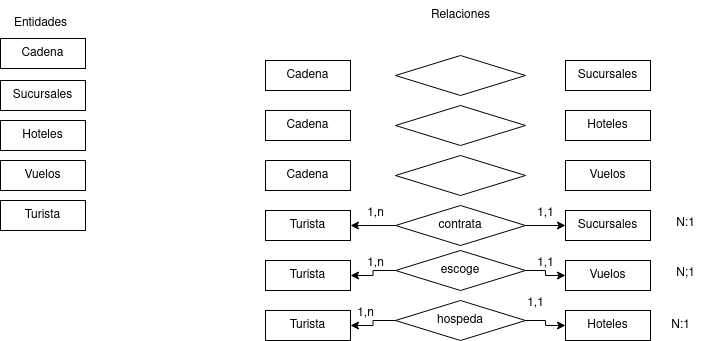
Above: Ejercicios/tarea2/Tarea2_E3.drawio.png in adogonz23/BAE (draw.io), before the change. Source tidied: cells renumbered, new cells last; positions are measured from the earlier drawing's top-left corner, leaving out a move shared by most shapes.
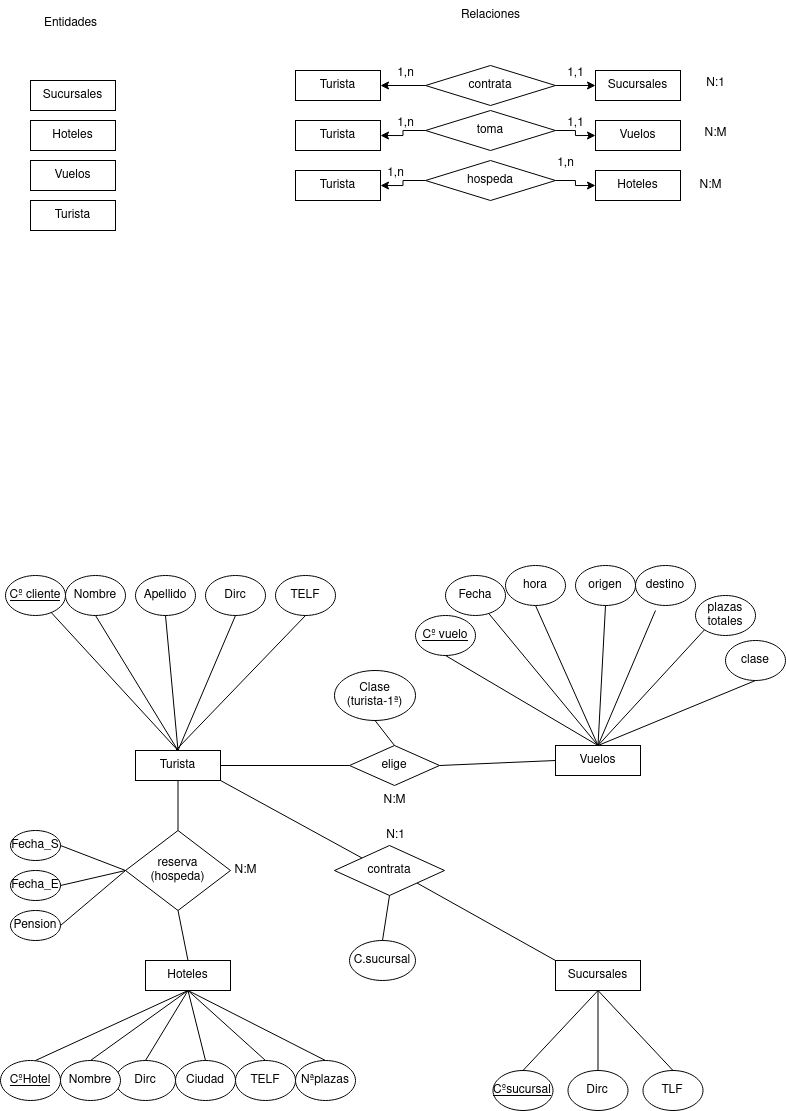
After the change.

Diff of the diagram source:
```diff
@@ -1,37 +1,22 @@
-<mxGraphModel>
+<mxGraphModel background="#ffffff">
   <root>
     <mxCell id="0" />
     <mxCell id="1" parent="0" />
     <mxCell id="2" value="&lt;div&gt;Entidades&lt;/div&gt;" style="text;html=1;align=center;verticalAlign=middle;strokeColor=none;fillColor=none;" parent="1" vertex="1">
-      <mxGeometry y="8" width="80" height="30" as="geometry" />
+      <mxGeometry y="148" width="80" height="30" as="geometry" />
     </mxCell>
     <mxCell id="3" value="Sucursales" style="rounded=0;whiteSpace=wrap;html=1;" parent="1" vertex="1">
-      <mxGeometry y="80" width="85" height="30" as="geometry" />
+      <mxGeometry y="220" width="85" height="30" as="geometry" />
     </mxCell>
-    <mxCell id="4" value="Hoteles" style="rounded=0;whiteSpace=wrap;html=1;" parent="1" vertex="1">
-      <mxGeometry x="565" y="110" width="85" height="30" as="geometry" />
-    </mxCell>
     <mxCell id="5" value="Vuelos" style="rounded=0;whiteSpace=wrap;html=1;" parent="1" vertex="1">
-      <mxGeometry y="160" width="85" height="30" as="geometry" />
+      <mxGeometry y="300" width="85" height="30" as="geometry" />
     </mxCell>
     <mxCell id="6" value="Turista" style="rounded=0;whiteSpace=wrap;html=1;" parent="1" vertex="1">
-      <mxGeometry y="200" width="85" height="30" as="geometry" />
+      <mxGeometry y="340" width="85" height="30" as="geometry" />
     </mxCell>
     <mxCell id="7" value="Relaciones" style="text;html=1;align=center;verticalAlign=middle;strokeColor=none;fillColor=none;" parent="1" vertex="1">
-      <mxGeometry x="420" width="80" height="30" as="geometry" />
+      <mxGeometry x="420" y="140" width="80" height="30" as="geometry" />
     </mxCell>
-    <mxCell id="8" value="Cadena" style="rounded=0;whiteSpace=wrap;html=1;" parent="1" vertex="1">
-      <mxGeometry y="38" width="85" height="30" as="geometry" />
-    </mxCell>
-    <mxCell id="9" value="Cadena" style="rounded=0;whiteSpace=wrap;html=1;" parent="1" vertex="1">
-      <mxGeometry x="265" y="60" width="85" height="30" as="geometry" />
-    </mxCell>
-    <mxCell id="10" value="Cadena" style="rounded=0;whiteSpace=wrap;html=1;" parent="1" vertex="1">
-      <mxGeometry x="265" y="110" width="85" height="30" as="geometry" />
-    </mxCell>
-    <mxCell id="11" value="Cadena" style="rounded=0;whiteSpace=wrap;html=1;" parent="1" vertex="1">
-      <mxGeometry x="265" y="160" width="85" height="30" as="geometry" />
-    </mxCell>
     <mxCell id="12" value="Turista" style="rounded=0;whiteSpace=wrap;html=1;" parent="1" vertex="1">
       <mxGeometry x="265" y="210" width="85" height="30" as="geometry" />
     </mxCell>
@@ -41,15 +26,9 @@
     <mxCell id="14" value="Turista" style="rounded=0;whiteSpace=wrap;html=1;" parent="1" vertex="1">
       <mxGeometry x="265" y="310" width="85" height="30" as="geometry" />
     </mxCell>
-    <mxCell id="15" value="Sucursales" style="rounded=0;whiteSpace=wrap;html=1;" parent="1" vertex="1">
-      <mxGeometry x="565" y="60" width="85" height="30" as="geometry" />
-    </mxCell>
     <mxCell id="16" value="Hoteles" style="rounded=0;whiteSpace=wrap;html=1;" parent="1" vertex="1">
-      <mxGeometry y="120" width="85" height="30" as="geometry" />
+      <mxGeometry y="260" width="85" height="30" as="geometry" />
     </mxCell>
-    <mxCell id="17" value="Vuelos" style="rounded=0;whiteSpace=wrap;html=1;" parent="1" vertex="1">
-      <mxGeometry x="565" y="160" width="85" height="30" as="geometry" />
-    </mxCell>
     <mxCell id="18" value="Sucursales" style="rounded=0;whiteSpace=wrap;html=1;" parent="1" vertex="1">
       <mxGeometry x="565" y="210" width="85" height="30" as="geometry" />
     </mxCell>
@@ -59,15 +38,6 @@
     <mxCell id="20" value="Hoteles" style="rounded=0;whiteSpace=wrap;html=1;" parent="1" vertex="1">
       <mxGeometry x="565" y="310" width="85" height="30" as="geometry" />
     </mxCell>
-    <mxCell id="21" style="rhombus;whiteSpace=wrap;html=1;" parent="1" vertex="1">
-      <mxGeometry x="395" y="55" width="130" height="40" as="geometry" />
-    </mxCell>
-    <mxCell id="22" style="rhombus;whiteSpace=wrap;html=1;" parent="1" vertex="1">
-      <mxGeometry x="395" y="105" width="130" height="40" as="geometry" />
-    </mxCell>
-    <mxCell id="23" style="rhombus;whiteSpace=wrap;html=1;" parent="1" vertex="1">
-      <mxGeometry x="395" y="155" width="130" height="40" as="geometry" />
-    </mxCell>
     <mxCell id="24" style="edgeStyle=orthogonalEdgeStyle;rounded=0;jettySize=auto;html=1;entryX=1;entryY=0.5;entryDx=0;entryDy=0;" parent="1" edge="1" source="26" target="12">
       <mxGeometry relative="1" as="geometry" />
     </mxCell>
@@ -83,7 +53,7 @@
     <mxCell id="28" style="edgeStyle=orthogonalEdgeStyle;rounded=0;jettySize=auto;html=1;entryX=0;entryY=0.5;entryDx=0;entryDy=0;" parent="1" edge="1" source="29" target="19">
       <mxGeometry relative="1" as="geometry" />
     </mxCell>
-    <mxCell id="29" value="escoge" style="rhombus;whiteSpace=wrap;html=1;" parent="1" vertex="1">
+    <mxCell id="29" value="toma" style="rhombus;whiteSpace=wrap;html=1;" parent="1" vertex="1">
       <mxGeometry x="395" y="250" width="130" height="40" as="geometry" />
     </mxCell>
     <mxCell id="30" style="edgeStyle=orthogonalEdgeStyle;rounded=0;jettySize=auto;html=1;entryX=0;entryY=0.5;entryDx=0;entryDy=0;" parent="1" edge="1" source="32" target="20">
@@ -110,17 +80,221 @@
     <mxCell id="37" value="1,n" style="text;html=1;align=center;verticalAlign=middle;strokeColor=none;fillColor=none;" parent="1" vertex="1">
       <mxGeometry x="345" y="298" width="40" height="30" as="geometry" />
     </mxCell>
-    <mxCell id="38" value="1,1" style="text;html=1;align=center;verticalAlign=middle;strokeColor=none;fillColor=none;" parent="1" vertex="1">
+    <mxCell id="38" value="1,n" style="text;html=1;align=center;verticalAlign=middle;strokeColor=none;fillColor=none;" parent="1" vertex="1">
       <mxGeometry x="515" y="288" width="40" height="30" as="geometry" />
     </mxCell>
     <mxCell id="39" value="N:1" style="text;html=1;align=center;verticalAlign=middle;strokeColor=none;fillColor=none;" parent="1" vertex="1">
       <mxGeometry x="665" y="208" width="40" height="30" as="geometry" />
     </mxCell>
-    <mxCell id="40" value="N;1" style="text;html=1;align=center;verticalAlign=middle;strokeColor=none;fillColor=none;" parent="1" vertex="1">
-      <mxGeometry x="665" y="258" width="40" height="30" as="geometry" />
+    <mxCell id="40" value="N:M" style="text;html=1;align=center;verticalAlign=middle;strokeColor=none;fillColor=none;" parent="1" vertex="1">
+      <mxGeometry x="660" y="258" width="50" height="30" as="geometry" />
     </mxCell>
-    <mxCell id="41" value="N:1" style="text;html=1;align=center;verticalAlign=middle;strokeColor=none;fillColor=none;" parent="1" vertex="1">
-      <mxGeometry x="660" y="310" width="40" height="30" as="geometry" />
+    <mxCell id="41" value="N:M" style="text;html=1;align=center;verticalAlign=middle;strokeColor=none;fillColor=none;" parent="1" vertex="1">
+      <mxGeometry x="655" y="310" width="50" height="30" as="geometry" />
     </mxCell>
+    <mxCell id="42" value="Turista" style="rounded=0;whiteSpace=wrap;html=1;" parent="1" vertex="1">
+      <mxGeometry x="105" y="890" width="85" height="30" as="geometry" />
+    </mxCell>
+    <mxCell id="17" value="Vuelos" style="rounded=0;whiteSpace=wrap;html=1;" parent="1" vertex="1">
+      <mxGeometry x="525" y="885" width="85" height="30" as="geometry" />
+    </mxCell>
+    <mxCell id="15" value="Sucursales" style="rounded=0;whiteSpace=wrap;html=1;" parent="1" vertex="1">
+      <mxGeometry x="525" y="1100" width="85" height="30" as="geometry" />
+    </mxCell>
+    <mxCell id="4" value="Hoteles" style="rounded=0;whiteSpace=wrap;html=1;" parent="1" vertex="1">
+      <mxGeometry x="115" y="1100" width="85" height="30" as="geometry" />
+    </mxCell>
+    <mxCell id="43" value="TELF" style="ellipse;whiteSpace=wrap;html=1;" parent="1" vertex="1">
+      <mxGeometry x="245" y="715" width="60" height="40" as="geometry" />
+    </mxCell>
+    <mxCell id="44" value="&lt;u&gt;Cº cliente&lt;/u&gt;" style="ellipse;whiteSpace=wrap;html=1;" parent="1" vertex="1">
+      <mxGeometry x="-25" y="715" width="60" height="40" as="geometry" />
+    </mxCell>
+    <mxCell id="45" value="Nombre" style="ellipse;whiteSpace=wrap;html=1;" parent="1" vertex="1">
+      <mxGeometry x="35" y="715" width="60" height="40" as="geometry" />
+    </mxCell>
+    <mxCell id="46" value="Apellido" style="ellipse;whiteSpace=wrap;html=1;" parent="1" vertex="1">
+      <mxGeometry x="105" y="715" width="60" height="40" as="geometry" />
+    </mxCell>
+    <mxCell id="47" value="Dirc" style="ellipse;whiteSpace=wrap;html=1;" parent="1" vertex="1">
+      <mxGeometry x="175" y="715" width="60" height="40" as="geometry" />
+    </mxCell>
+    <mxCell id="48" value="clase" style="ellipse;whiteSpace=wrap;html=1;" parent="1" vertex="1">
+      <mxGeometry x="695" y="780" width="60" height="40" as="geometry" />
+    </mxCell>
+    <mxCell id="49" value="&lt;u&gt;Cº vuelo&lt;/u&gt;" style="ellipse;whiteSpace=wrap;html=1;" parent="1" vertex="1">
+      <mxGeometry x="385" y="755" width="60" height="40" as="geometry" />
+    </mxCell>
+    <mxCell id="50" value="Fecha" style="ellipse;whiteSpace=wrap;html=1;" parent="1" vertex="1">
+      <mxGeometry x="415" y="715" width="60" height="40" as="geometry" />
+    </mxCell>
+    <mxCell id="51" value="hora" style="ellipse;whiteSpace=wrap;html=1;" parent="1" vertex="1">
+      <mxGeometry x="475" y="705" width="60" height="40" as="geometry" />
+    </mxCell>
+    <mxCell id="52" value="origen" style="ellipse;whiteSpace=wrap;html=1;" parent="1" vertex="1">
+      <mxGeometry x="545" y="705" width="60" height="40" as="geometry" />
+    </mxCell>
+    <mxCell id="53" value="plazas totales" style="ellipse;whiteSpace=wrap;html=1;" parent="1" vertex="1">
+      <mxGeometry x="665" y="735" width="60" height="40" as="geometry" />
+    </mxCell>
+    <mxCell id="54" value="destino" style="ellipse;whiteSpace=wrap;html=1;" parent="1" vertex="1">
+      <mxGeometry x="605" y="705" width="60" height="40" as="geometry" />
+    </mxCell>
+    <mxCell id="55" value="Nªplazas" style="ellipse;whiteSpace=wrap;html=1;" parent="1" vertex="1">
+      <mxGeometry x="265" y="1200" width="60" height="40" as="geometry" />
+    </mxCell>
+    <mxCell id="56" value="TELF" style="ellipse;whiteSpace=wrap;html=1;" parent="1" vertex="1">
+      <mxGeometry x="205" y="1200" width="60" height="40" as="geometry" />
+    </mxCell>
+    <mxCell id="57" value="Ciudad" style="ellipse;whiteSpace=wrap;html=1;" parent="1" vertex="1">
+      <mxGeometry x="145" y="1200" width="60" height="40" as="geometry" />
+    </mxCell>
+    <mxCell id="58" value="Dirc" style="ellipse;whiteSpace=wrap;html=1;" parent="1" vertex="1">
+      <mxGeometry x="85" y="1200" width="60" height="40" as="geometry" />
+    </mxCell>
+    <mxCell id="59" value="Nombre" style="ellipse;whiteSpace=wrap;html=1;" parent="1" vertex="1">
+      <mxGeometry x="30" y="1200" width="60" height="40" as="geometry" />
+    </mxCell>
+    <mxCell id="60" value="&lt;u&gt;CºHotel&lt;/u&gt;" style="ellipse;whiteSpace=wrap;html=1;" parent="1" vertex="1">
+      <mxGeometry x="-30" y="1200" width="60" height="40" as="geometry" />
+    </mxCell>
+    <mxCell id="61" value="TLF" style="ellipse;whiteSpace=wrap;html=1;" parent="1" vertex="1">
+      <mxGeometry x="612.5" y="1210" width="60" height="40" as="geometry" />
+    </mxCell>
+    <mxCell id="62" value="Dirc" style="ellipse;whiteSpace=wrap;html=1;" parent="1" vertex="1">
+      <mxGeometry x="537.5" y="1210" width="60" height="40" as="geometry" />
+    </mxCell>
+    <mxCell id="63" value="&lt;u&gt;Cºsucursal&lt;/u&gt;" style="ellipse;whiteSpace=wrap;html=1;" parent="1" vertex="1">
+      <mxGeometry x="462.5" y="1210" width="60" height="40" as="geometry" />
+    </mxCell>
+    <mxCell id="64" style="endArrow=none;html=1;rounded=0;entryX=0.5;entryY=1;entryDx=0;entryDy=0;exitX=0.5;exitY=0;exitDx=0;exitDy=0;" parent="1" edge="1" source="63" target="15">
+      <mxGeometry relative="1" as="geometry" />
+    </mxCell>
+    <mxCell id="65" style="endArrow=none;html=1;rounded=0;entryX=0.5;entryY=1;entryDx=0;entryDy=0;" parent="1" edge="1" source="62" target="15">
+      <mxGeometry relative="1" as="geometry" />
+    </mxCell>
+    <mxCell id="66" style="endArrow=none;html=1;rounded=0;exitX=0.5;exitY=1;exitDx=0;exitDy=0;entryX=0.5;entryY=0;entryDx=0;entryDy=0;" parent="1" edge="1" source="15" target="61">
+      <mxGeometry relative="1" as="geometry" />
+    </mxCell>
+    <mxCell id="67" style="endArrow=none;html=1;rounded=0;entryX=0.5;entryY=1;entryDx=0;entryDy=0;exitX=0.5;exitY=0;exitDx=0;exitDy=0;" parent="1" edge="1" source="17" target="48">
+      <mxGeometry relative="1" as="geometry" />
+    </mxCell>
+    <mxCell id="68" style="endArrow=none;html=1;rounded=0;entryX=0;entryY=1;entryDx=0;entryDy=0;exitX=0.5;exitY=0;exitDx=0;exitDy=0;" parent="1" edge="1" source="17" target="53">
+      <mxGeometry relative="1" as="geometry" />
+    </mxCell>
+    <mxCell id="69" style="endArrow=none;html=1;rounded=0;entryX=0.333;entryY=1.125;entryDx=0;entryDy=0;entryPerimeter=0;exitX=0.5;exitY=0;exitDx=0;exitDy=0;" parent="1" edge="1" source="17" target="54">
+      <mxGeometry relative="1" as="geometry" />
+    </mxCell>
+    <mxCell id="70" style="endArrow=none;html=1;rounded=0;entryX=0.5;entryY=1;entryDx=0;entryDy=0;exitX=0.5;exitY=0;exitDx=0;exitDy=0;" parent="1" edge="1" source="17" target="52">
+      <mxGeometry relative="1" as="geometry" />
+    </mxCell>
+    <mxCell id="71" style="endArrow=none;html=1;rounded=0;exitX=0.5;exitY=0;exitDx=0;exitDy=0;entryX=0.5;entryY=1;entryDx=0;entryDy=0;" parent="1" edge="1" source="17" target="51">
+      <mxGeometry relative="1" as="geometry" />
+    </mxCell>
+    <mxCell id="72" style="endArrow=none;html=1;rounded=0;entryX=0.5;entryY=0;entryDx=0;entryDy=0;exitX=0.723;exitY=0.954;exitDx=0;exitDy=0;exitPerimeter=0;" parent="1" edge="1" source="50" target="17">
+      <mxGeometry relative="1" as="geometry" />
+    </mxCell>
+    <mxCell id="73" style="endArrow=none;html=1;rounded=0;entryX=0.5;entryY=1;entryDx=0;entryDy=0;exitX=0.5;exitY=0;exitDx=0;exitDy=0;" parent="1" edge="1" source="17" target="49">
+      <mxGeometry relative="1" as="geometry" />
+    </mxCell>
+    <mxCell id="74" style="endArrow=none;html=1;rounded=0;entryX=0.5;entryY=1;entryDx=0;entryDy=0;exitX=0.471;exitY=0;exitDx=0;exitDy=0;exitPerimeter=0;" parent="1" edge="1" source="42" target="43">
+      <mxGeometry relative="1" as="geometry" />
+    </mxCell>
+    <mxCell id="75" style="endArrow=none;html=1;rounded=0;entryX=0.5;entryY=1;entryDx=0;entryDy=0;exitX=0.5;exitY=0;exitDx=0;exitDy=0;" parent="1" edge="1" source="42" target="47">
+      <mxGeometry relative="1" as="geometry" />
+    </mxCell>
+    <mxCell id="76" style="endArrow=none;html=1;rounded=0;entryX=0.5;entryY=1;entryDx=0;entryDy=0;exitX=0.5;exitY=0;exitDx=0;exitDy=0;" parent="1" edge="1" source="42" target="46">
+      <mxGeometry relative="1" as="geometry" />
+    </mxCell>
+    <mxCell id="77" style="endArrow=none;html=1;rounded=0;entryX=0.5;entryY=1;entryDx=0;entryDy=0;exitX=0.5;exitY=0;exitDx=0;exitDy=0;" parent="1" edge="1" source="42" target="45">
+      <mxGeometry relative="1" as="geometry" />
+    </mxCell>
+    <mxCell id="78" style="endArrow=none;html=1;rounded=0;exitX=0.5;exitY=0;exitDx=0;exitDy=0;" parent="1" edge="1" source="42" target="44">
+      <mxGeometry relative="1" as="geometry" />
+    </mxCell>
+    <mxCell id="79" style="endArrow=none;html=1;rounded=0;exitX=0.583;exitY=0;exitDx=0;exitDy=0;exitPerimeter=0;entryX=0.5;entryY=1;entryDx=0;entryDy=0;" parent="1" edge="1" source="60" target="4">
+      <mxGeometry relative="1" as="geometry" />
+    </mxCell>
+    <mxCell id="80" style="endArrow=none;html=1;rounded=0;entryX=0.5;entryY=1;entryDx=0;entryDy=0;exitX=0.5;exitY=0;exitDx=0;exitDy=0;" parent="1" edge="1" source="59" target="4">
+      <mxGeometry relative="1" as="geometry" />
+    </mxCell>
+    <mxCell id="81" style="endArrow=none;html=1;rounded=0;entryX=0.5;entryY=1;entryDx=0;entryDy=0;exitX=0.5;exitY=0;exitDx=0;exitDy=0;" parent="1" edge="1" source="58" target="4">
+      <mxGeometry relative="1" as="geometry" />
+    </mxCell>
+    <mxCell id="82" style="endArrow=none;html=1;rounded=0;entryX=0.5;entryY=1;entryDx=0;entryDy=0;exitX=0.5;exitY=0;exitDx=0;exitDy=0;" parent="1" edge="1" source="57" target="4">
+      <mxGeometry relative="1" as="geometry" />
+    </mxCell>
+    <mxCell id="83" style="endArrow=none;html=1;rounded=0;entryX=0.5;entryY=1;entryDx=0;entryDy=0;exitX=0.5;exitY=0;exitDx=0;exitDy=0;" parent="1" edge="1" source="56" target="4">
+      <mxGeometry relative="1" as="geometry" />
+    </mxCell>
+    <mxCell id="84" style="endArrow=none;html=1;rounded=0;exitX=0.5;exitY=0;exitDx=0;exitDy=0;entryX=0.5;entryY=1;entryDx=0;entryDy=0;" parent="1" edge="1" source="55" target="4">
+      <mxGeometry relative="1" as="geometry" />
+    </mxCell>
+    <mxCell id="85" value="&lt;div&gt;reserva&lt;/div&gt;&lt;div&gt;(hospeda)&lt;/div&gt;" style="rhombus;whiteSpace=wrap;html=1;" parent="1" vertex="1">
+      <mxGeometry x="95" y="970" width="105" height="80" as="geometry" />
+    </mxCell>
+    <mxCell id="86" style="endArrow=none;html=1;rounded=0;exitX=0.5;exitY=0;exitDx=0;exitDy=0;entryX=0.5;entryY=1;entryDx=0;entryDy=0;" parent="1" edge="1" source="4" target="85">
+      <mxGeometry relative="1" as="geometry" />
+    </mxCell>
+    <mxCell id="87" style="endArrow=none;html=1;rounded=0;exitX=0.5;exitY=0;exitDx=0;exitDy=0;entryX=0.5;entryY=1;entryDx=0;entryDy=0;" parent="1" edge="1" source="85" target="42">
+      <mxGeometry relative="1" as="geometry" />
+    </mxCell>
+    <mxCell id="88" value="Pension" style="ellipse;whiteSpace=wrap;html=1;" parent="1" vertex="1">
+      <mxGeometry x="-20" y="1050" width="50" height="30" as="geometry" />
+    </mxCell>
+    <mxCell id="89" value="Fecha_E" style="ellipse;whiteSpace=wrap;html=1;" parent="1" vertex="1">
+      <mxGeometry x="-20" y="1010" width="50" height="30" as="geometry" />
+    </mxCell>
+    <mxCell id="90" value="Fecha_S" style="ellipse;whiteSpace=wrap;html=1;" parent="1" vertex="1">
+      <mxGeometry x="-20" y="970" width="50" height="30" as="geometry" />
+    </mxCell>
+    <mxCell id="91" style="endArrow=none;html=1;rounded=0;exitX=1;exitY=0.5;exitDx=0;exitDy=0;entryX=0;entryY=0.5;entryDx=0;entryDy=0;" parent="1" edge="1" source="90" target="85">
+      <mxGeometry relative="1" as="geometry" />
+    </mxCell>
+    <mxCell id="92" style="endArrow=none;html=1;rounded=0;exitX=1;exitY=0.5;exitDx=0;exitDy=0;entryX=0;entryY=0.5;entryDx=0;entryDy=0;" parent="1" edge="1" source="89" target="85">
+      <mxGeometry relative="1" as="geometry" />
+    </mxCell>
+    <mxCell id="93" style="endArrow=none;html=1;rounded=0;exitX=1;exitY=0.5;exitDx=0;exitDy=0;entryX=0;entryY=0.5;entryDx=0;entryDy=0;" parent="1" edge="1" source="88" target="85">
+      <mxGeometry relative="1" as="geometry" />
+    </mxCell>
+    <mxCell id="94" value="contrata" style="rhombus;whiteSpace=wrap;html=1;" parent="1" vertex="1">
+      <mxGeometry x="304" y="985" width="110" height="50" as="geometry" />
+    </mxCell>
+    <mxCell id="95" style="endArrow=none;html=1;rounded=0;exitX=1;exitY=1;exitDx=0;exitDy=0;entryX=0;entryY=0;entryDx=0;entryDy=0;" parent="1" edge="1" source="42" target="94">
+      <mxGeometry relative="1" as="geometry" />
+    </mxCell>
+    <mxCell id="96" style="endArrow=none;html=1;rounded=0;entryX=1;entryY=1;entryDx=0;entryDy=0;exitX=0;exitY=0;exitDx=0;exitDy=0;" parent="1" edge="1" source="15" target="94">
+      <mxGeometry relative="1" as="geometry" />
+    </mxCell>
+    <mxCell id="97" value="C.sucursal" style="ellipse;whiteSpace=wrap;html=1;" parent="1" vertex="1">
+      <mxGeometry x="319" y="1080" width="66" height="40" as="geometry" />
+    </mxCell>
+    <mxCell id="98" style="endArrow=none;html=1;rounded=0;exitX=0.5;exitY=0;exitDx=0;exitDy=0;entryX=0.5;entryY=1;entryDx=0;entryDy=0;" parent="1" edge="1" source="97" target="94">
+      <mxGeometry relative="1" as="geometry" />
+    </mxCell>
+    <mxCell id="99" value="elige" style="rhombus;whiteSpace=wrap;html=1;" parent="1" vertex="1">
+      <mxGeometry x="319" y="885" width="90" height="40" as="geometry" />
+    </mxCell>
+    <mxCell id="100" style="endArrow=none;html=1;rounded=0;exitX=1;exitY=0.5;exitDx=0;exitDy=0;entryX=0;entryY=0.5;entryDx=0;entryDy=0;" parent="1" edge="1" source="42" target="99">
+      <mxGeometry relative="1" as="geometry" />
+    </mxCell>
+    <mxCell id="101" style="endArrow=none;html=1;rounded=0;exitX=1;exitY=0.5;exitDx=0;exitDy=0;entryX=0;entryY=0.5;entryDx=0;entryDy=0;" parent="1" edge="1" source="99" target="17">
+      <mxGeometry relative="1" as="geometry" />
+    </mxCell>
+    <mxCell id="102" value="&lt;div&gt;Clase&lt;/div&gt;&lt;div&gt;(turista-1ª)&lt;br&gt;&lt;/div&gt;" style="ellipse;whiteSpace=wrap;html=1;" parent="1" vertex="1">
+      <mxGeometry x="304" y="810" width="81" height="50" as="geometry" />
+    </mxCell>
+    <mxCell id="103" style="endArrow=none;html=1;rounded=0;entryX=0.5;entryY=0;entryDx=0;entryDy=0;exitX=0.5;exitY=1;exitDx=0;exitDy=0;" parent="1" edge="1" source="102" target="99">
+      <mxGeometry relative="1" as="geometry" />
+    </mxCell>
+    <mxCell id="104" value="N:1" style="text;html=1;align=center;verticalAlign=middle;strokeColor=none;fillColor=none;" parent="1" vertex="1">
+      <mxGeometry x="345" y="960" width="40" height="30" as="geometry" />
+    </mxCell>
+    <mxCell id="105" value="N:M" style="text;html=1;align=center;verticalAlign=middle;strokeColor=none;fillColor=none;" parent="1" vertex="1">
+      <mxGeometry x="339" y="925" width="50" height="30" as="geometry" />
+    </mxCell>
+    <mxCell id="106" value="N:M" style="text;html=1;align=center;verticalAlign=middle;strokeColor=none;fillColor=none;" parent="1" vertex="1">
+      <mxGeometry x="190" y="995" width="50" height="30" as="geometry" />
+    </mxCell>
   </root>
 </mxGraphModel>
```
